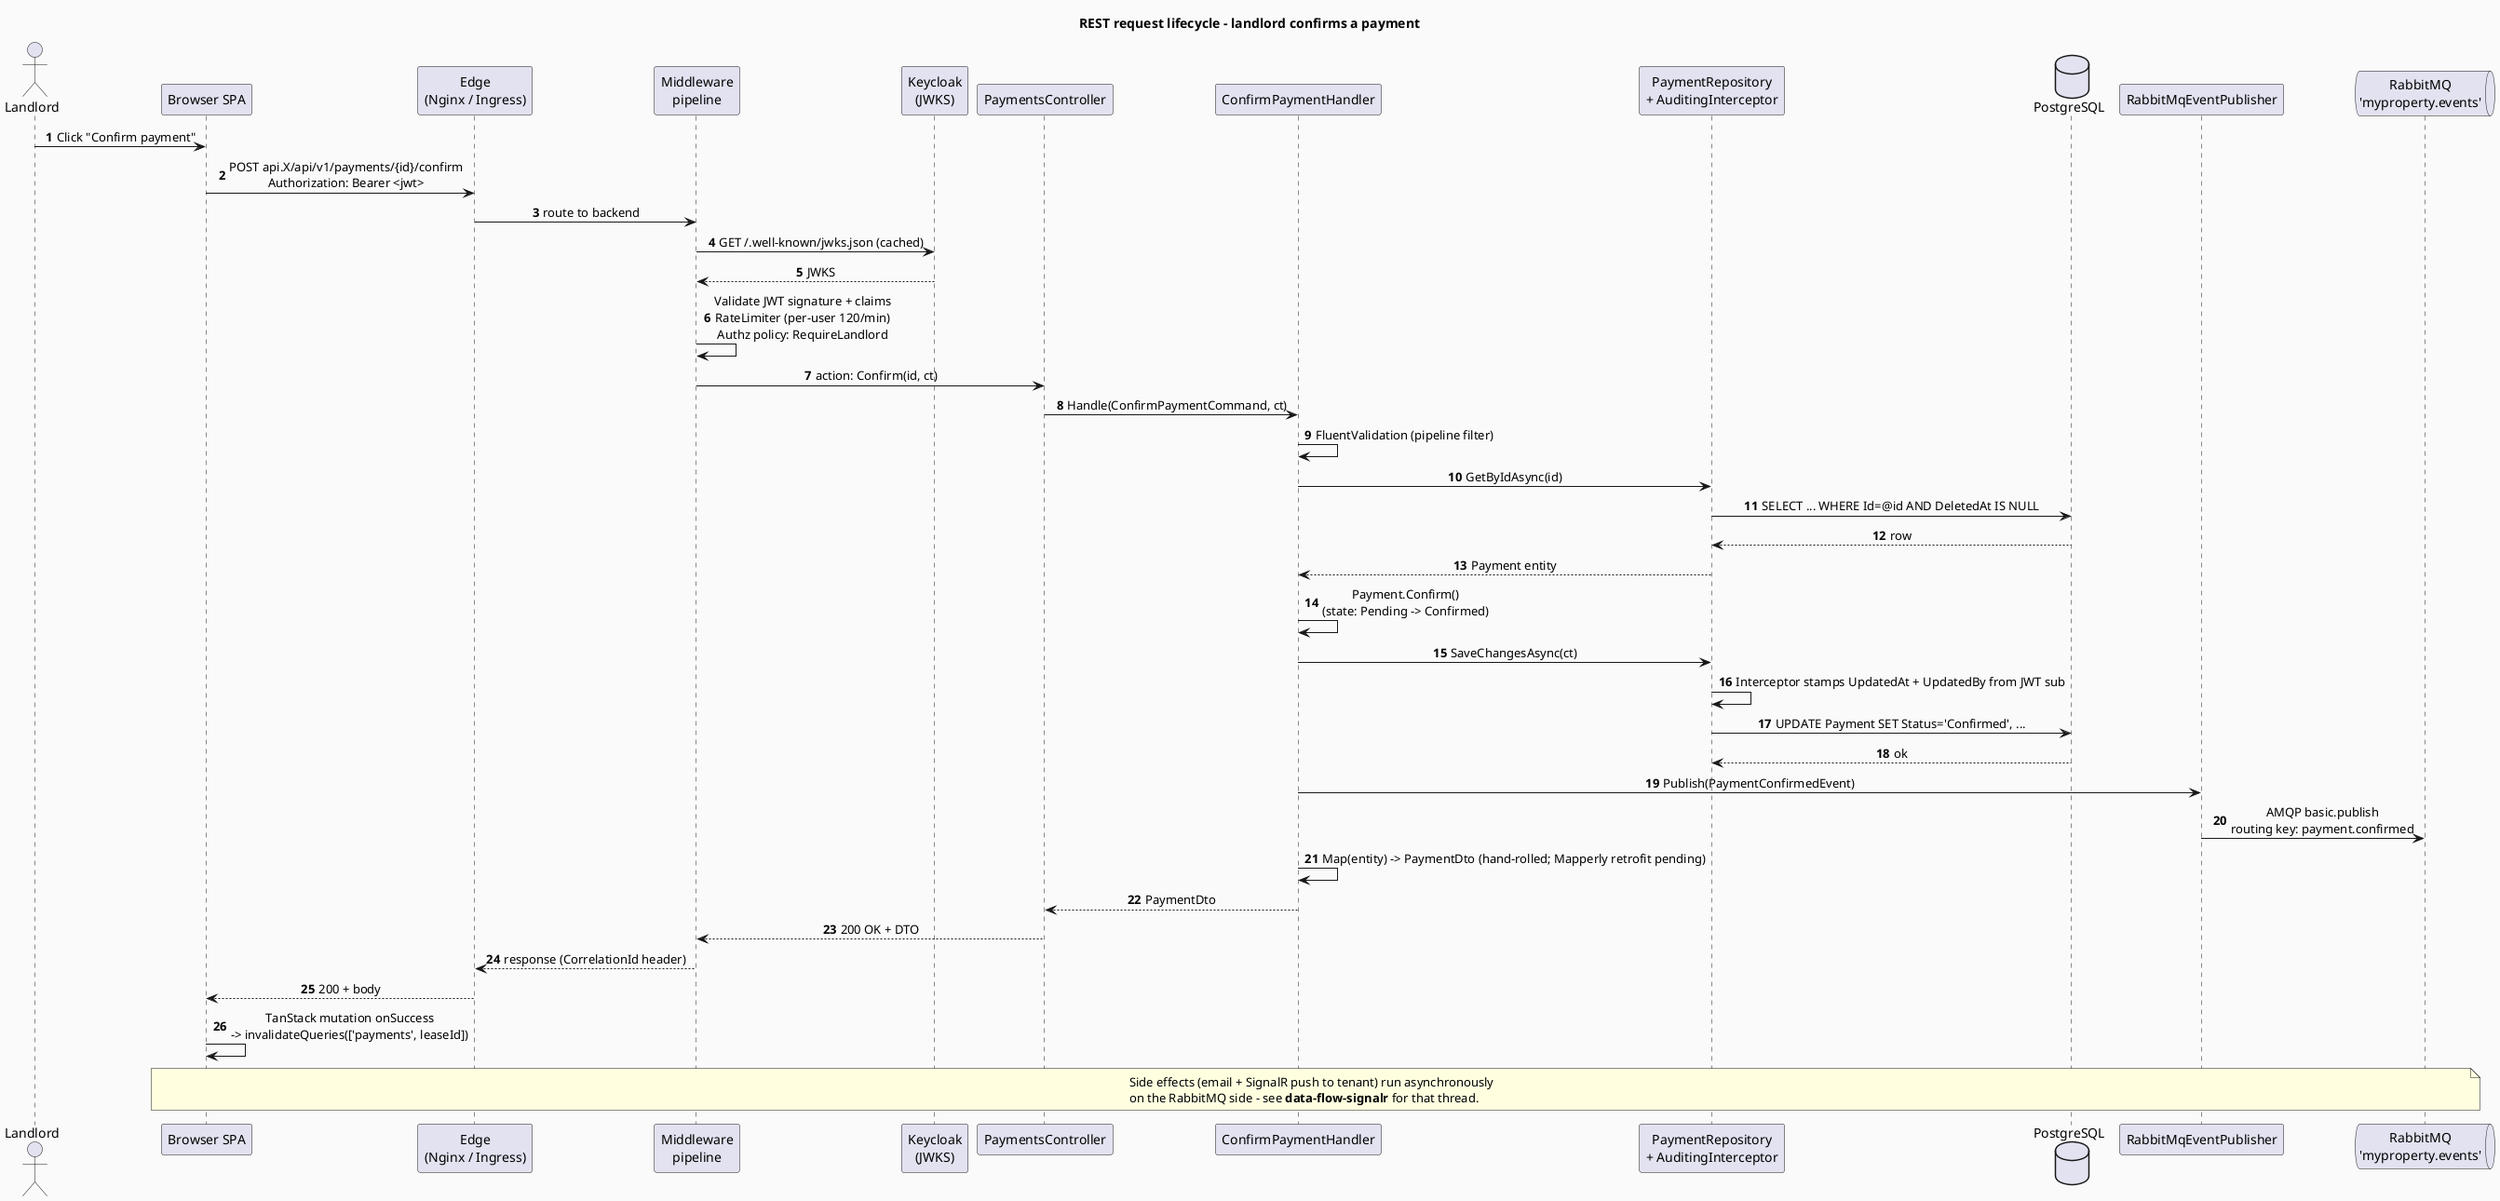
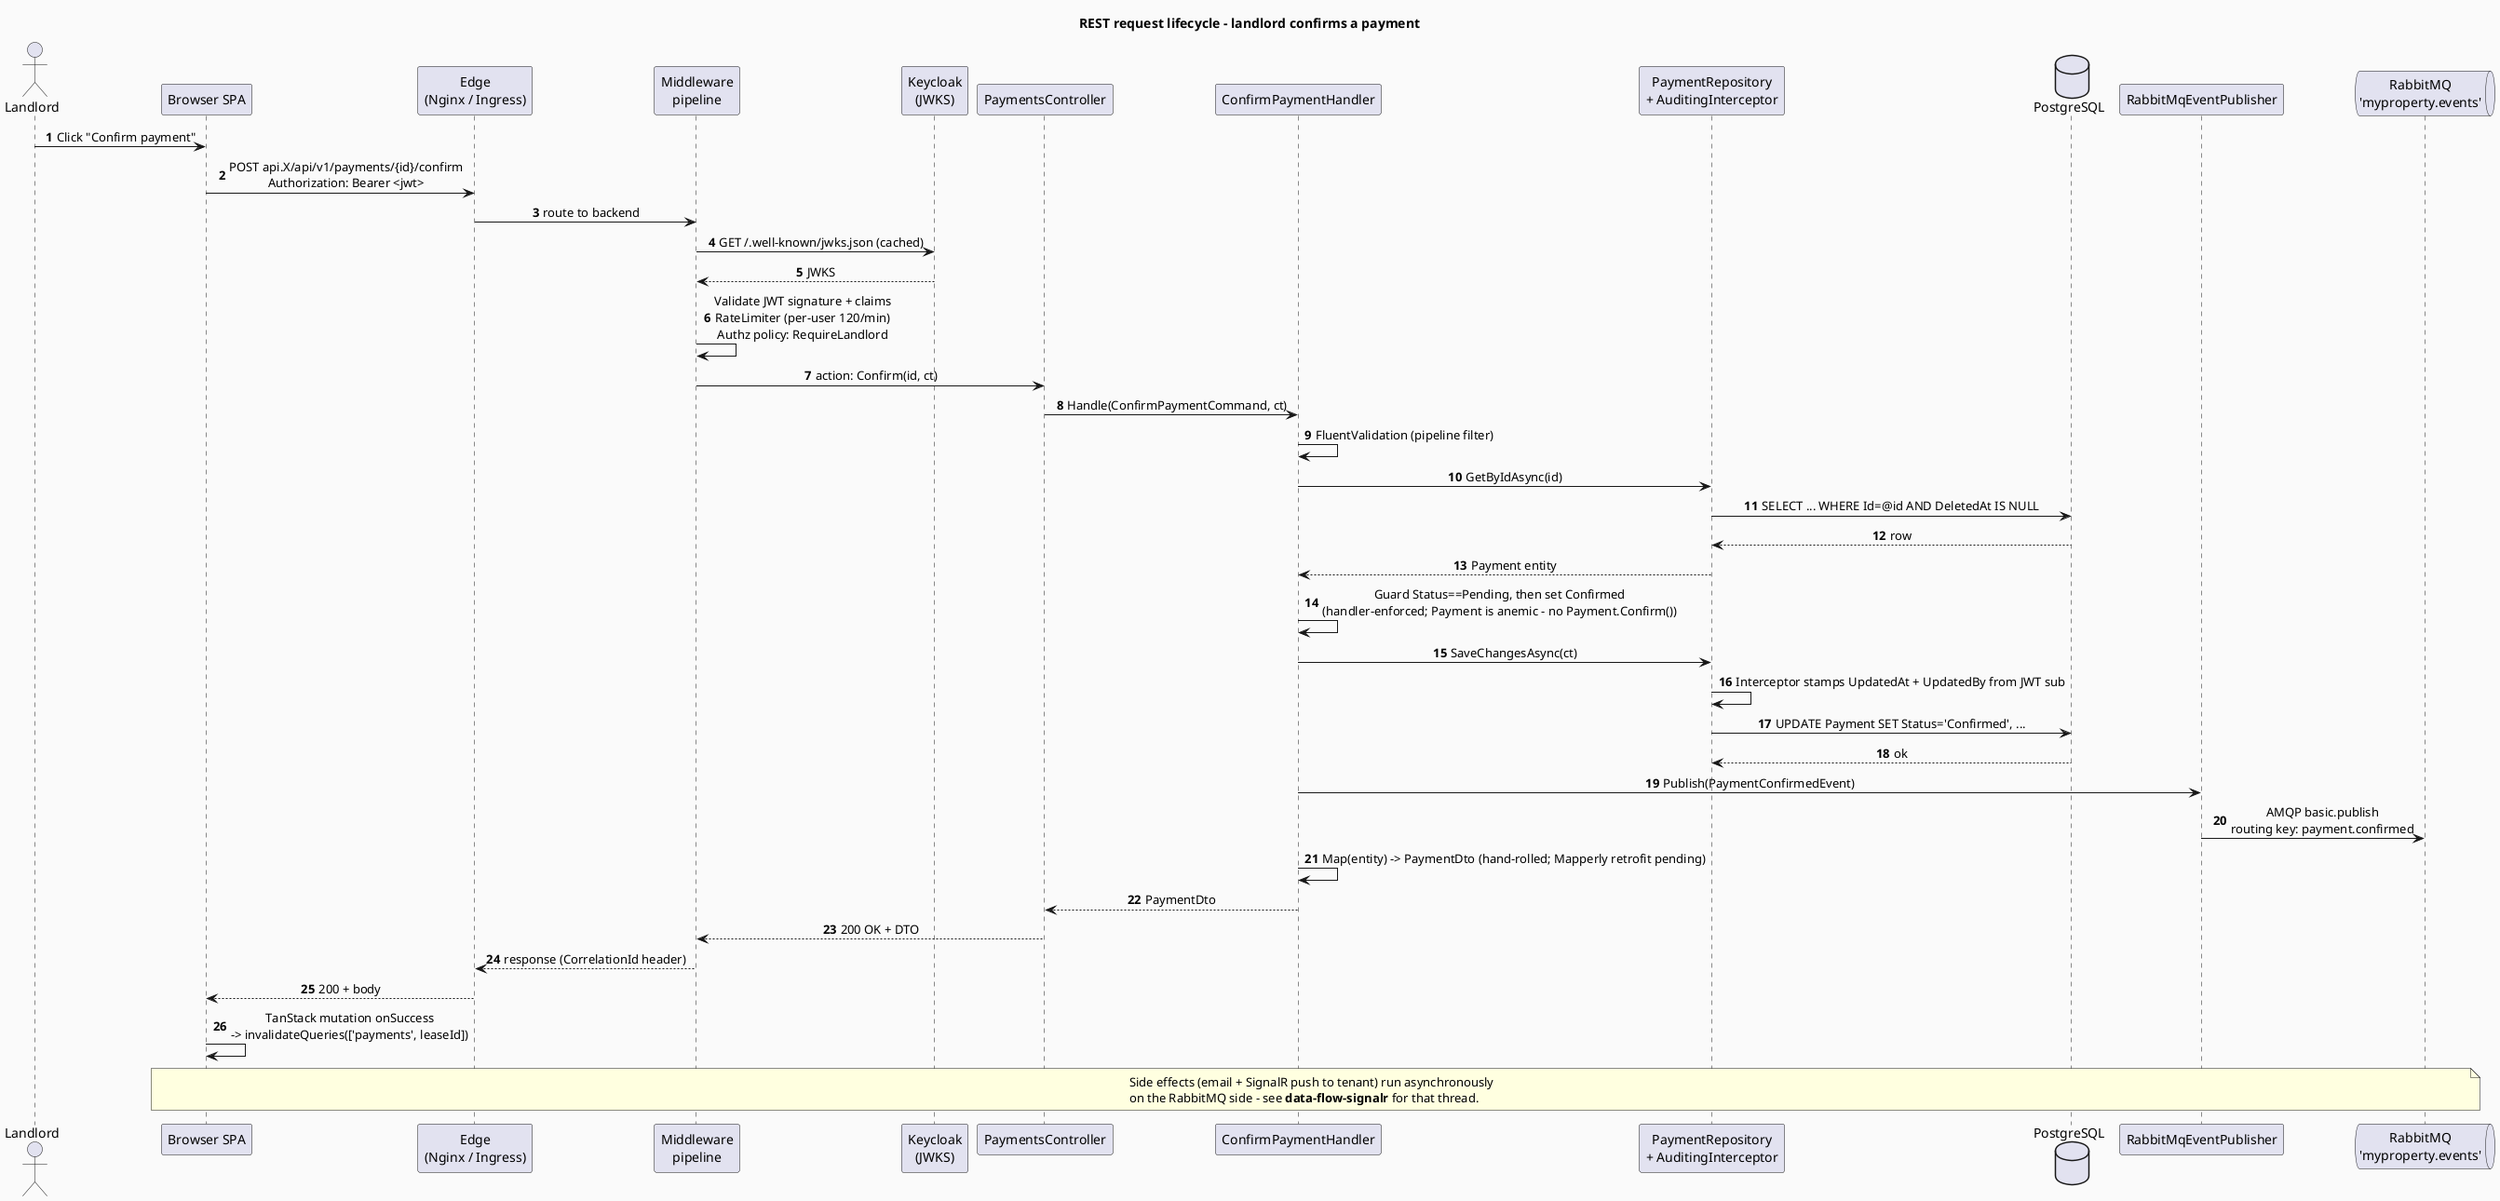
@startuml
title REST request lifecycle - landlord confirms a payment

skinparam BackgroundColor #FAFAFA
skinparam sequenceMessageAlign center

actor       "Landlord"                          as user
participant "Browser SPA"                       as spa
participant "Edge\n(Nginx / Ingress)"           as edge
participant "Middleware\npipeline"              as mw
participant "Keycloak\n(JWKS)"                  as kc
participant "PaymentsController"                as ctrl
participant "ConfirmPaymentHandler"             as handler
participant "PaymentRepository\n+ AuditingInterceptor" as repo
database    "PostgreSQL"                        as pg
participant "RabbitMqEventPublisher"            as mqpub
queue       "RabbitMQ\n'myproperty.events'"     as mq

autonumber

user -> spa: Click "Confirm payment"
spa -> edge: POST api.X/api/v1/payments/{id}/confirm\nAuthorization: Bearer <jwt>
edge -> mw: route to backend
mw -> kc: GET /.well-known/jwks.json (cached)
kc --> mw: JWKS
mw -> mw: Validate JWT signature + claims\nRateLimiter (per-user 120/min)\nAuthz policy: RequireLandlord
mw -> ctrl: action: Confirm(id, ct)
ctrl -> handler: Handle(ConfirmPaymentCommand, ct)
handler -> handler: FluentValidation (pipeline filter)
handler -> repo: GetByIdAsync(id)
repo -> pg: SELECT ... WHERE Id=@id AND DeletedAt IS NULL
pg --> repo: row
repo --> handler: Payment entity
- handler -> handler: Payment.Confirm()\n(state: Pending -> Confirmed)
+ handler -> handler: Guard Status==Pending, then set Confirmed\n(handler-enforced; Payment is anemic - no Payment.Confirm())
handler -> repo: SaveChangesAsync(ct)
repo -> repo: Interceptor stamps UpdatedAt + UpdatedBy from JWT sub
repo -> pg: UPDATE Payment SET Status='Confirmed', ...
pg --> repo: ok
handler -> mqpub: Publish(PaymentConfirmedEvent)
mqpub -> mq: AMQP basic.publish\nrouting key: payment.confirmed
handler -> handler: Map(entity) -> PaymentDto (hand-rolled; Mapperly retrofit pending)
handler --> ctrl: PaymentDto
ctrl --> mw: 200 OK + DTO
mw --> edge: response (CorrelationId header)
edge --> spa: 200 + body
spa -> spa: TanStack mutation onSuccess\n-> invalidateQueries(['payments', leaseId])

note over spa, mq #LightYellow
Side effects (email + SignalR push to tenant) run asynchronously
on the RabbitMQ side - see **data-flow-signalr** for that thread.
end note

@enduml
